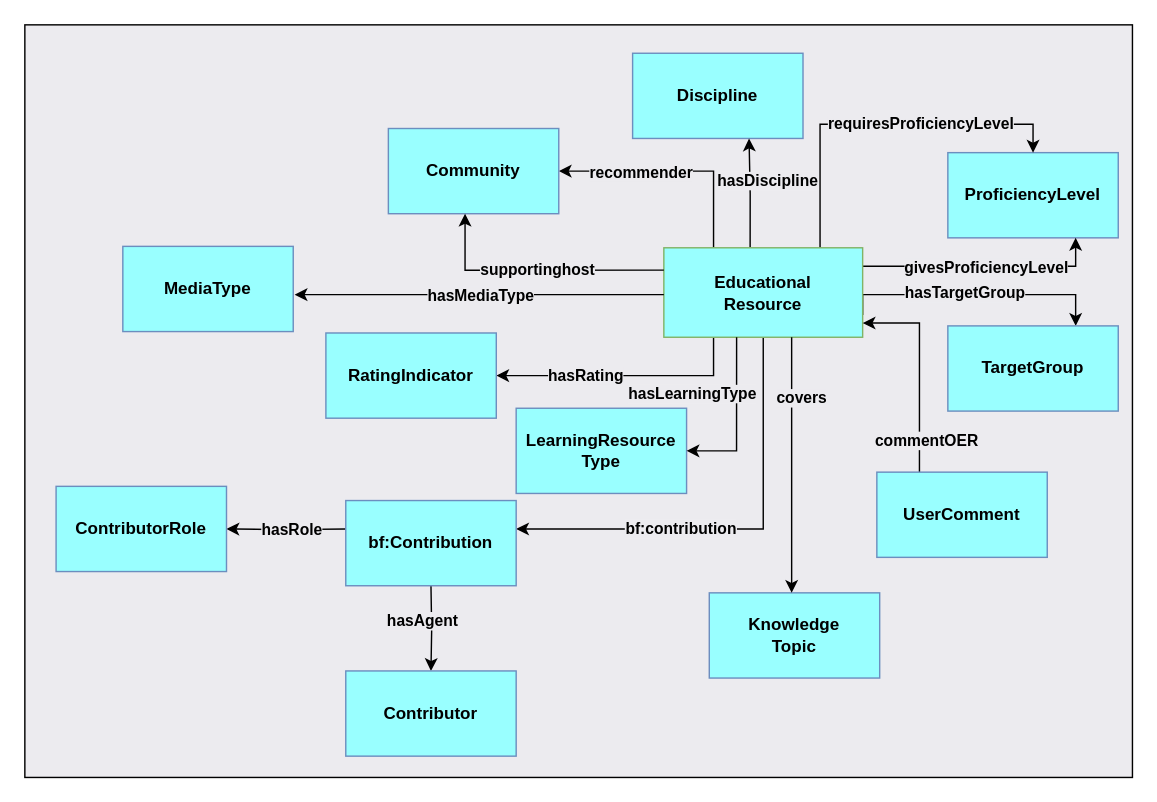
Before: visualisations/EducationalResourcePattern_CD.drawio in data-literacy-alliance/dalia-ontology, a draw.io diagram. Source tidied: cells renumbered, new cells numbered last; positions are measured from the earlier drawing's top-left corner, leaving out a move shared by most shapes. Both pictures are drawn from the tidied source at 142%, with x=0, y=0 at pixel (24, 24).
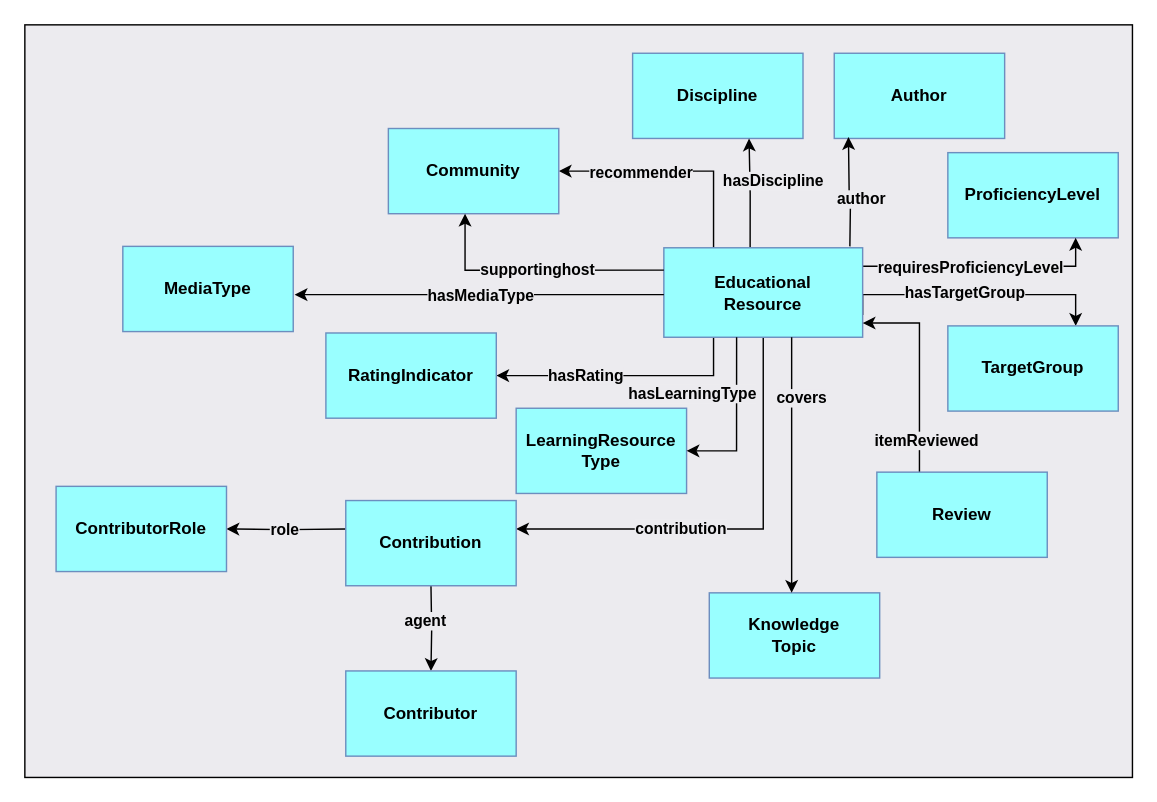
The same page after the edit.

The change refers to these unchanged cells:
```xml
<mxCell id="4" value="ProficiencyLevel" style="rounded=0;whiteSpace=wrap;html=1;fillColor=#99FFFF;strokeColor=#6c8ebf;fillStyle=auto;fontStyle=1;" parent="1" vertex="1">
  <mxGeometry x="650" y="90" width="120" height="60" as="geometry" />
</mxCell>
<mxCell id="37" style="edgeStyle=orthogonalEdgeStyle;rounded=0;jettySize=auto;html=1;exitX=0.25;exitY=0;exitDx=0;exitDy=0;" parent="1" edge="1" source="39">
  <mxGeometry relative="1" as="geometry">
    <mxPoint x="590" y="210" as="targetPoint" />
    <Array as="points">
      <mxPoint x="630" y="210" />
      <mxPoint x="590" y="210" />
    </Array>
  </mxGeometry>
</mxCell>
```

The edit, as a diff of the source:
```diff
@@
-    <mxCell id="7" style="edgeStyle=orthogonalEdgeStyle;rounded=0;jettySize=auto;html=1;exitX=0.806;exitY=0.01;exitDx=0;exitDy=0;entryX=0.5;entryY=0;entryDx=0;entryDy=0;exitPerimeter=0;" parent="1" edge="1" source="14" target="4">
-      <mxGeometry relative="1" as="geometry">
-        <Array as="points">
-          <mxPoint x="561" y="158" />
-          <mxPoint x="560" y="157" />
-          <mxPoint x="560" y="70" />
-          <mxPoint x="710" y="70" />
-        </Array>
-      </mxGeometry>
-    </mxCell>
@@
-    <mxCell id="14" value="Educational&lt;br&gt;Resource" style="rounded=0;whiteSpace=wrap;html=1;fillColor=#99FFFF;strokeColor=#82b366;fillStyle=auto;fontStyle=1;" parent="1" vertex="1">
+    <mxCell id="14" value="Educational&lt;br&gt;Resource" style="rounded=0;whiteSpace=wrap;html=1;fillColor=#99FFFF;strokeColor=#6C8EBF;fillStyle=auto;fontStyle=1;" parent="1" vertex="1">
       <mxGeometry x="450" y="157" width="140" height="63" as="geometry" />
     </mxCell>
@@
-    <mxCell id="25" value="requiresProficiencyLevel" style="edgeLabel;html=1;align=center;verticalAlign=middle;fontStyle=1;labelBackgroundColor=#ECEBEF;" parent="1" vertex="1">
-      <mxGeometry x="634" y="73" as="geometry">
-        <mxPoint x="-4" y="-4" as="offset" />
-      </mxGeometry>
-    </mxCell>
@@
     <mxCell id="30" value="&lt;b&gt;hasDiscipline&lt;/b&gt;" style="edgeLabel;html=1;align=center;verticalAlign=middle;labelBackgroundColor=#ECEBEF;" parent="1" vertex="1">
-      <mxGeometry x="537" y="113" as="geometry">
+      <mxGeometry x="541" y="113" as="geometry">
         <mxPoint x="-15" y="-4" as="offset" />
       </mxGeometry>
     </mxCell>
-    <mxCell id="31" value="givesProficiencyLevel" style="edgeLabel;html=1;align=center;verticalAlign=middle;rotation=0;fontStyle=1;labelBackgroundColor=#ECEBEF;" parent="1" vertex="1">
-      <mxGeometry x="678" y="176" as="geometry">
+    <mxCell id="31" value="requiresProficiencyLevel" style="edgeLabel;html=1;align=center;verticalAlign=middle;rotation=0;fontStyle=1;labelBackgroundColor=#ECEBEF;" parent="1" vertex="1">
+      <mxGeometry x="667" y="176" as="geometry">
         <mxPoint x="-2" y="-6" as="offset" />
       </mxGeometry>
     </mxCell>
@@
-    <mxCell id="34" value="&lt;span style=&quot;border-color: var(--border-color);&quot;&gt;hasAgent&lt;/span&gt;" style="edgeLabel;html=1;align=center;verticalAlign=middle;fontStyle=1;labelBackgroundColor=#ECEBEF;" parent="1" vertex="1">
-      <mxGeometry x="286" y="420" as="geometry">
-        <mxPoint x="-7" y="-1" as="offset" />
+    <mxCell id="34" value="&lt;span style=&quot;border-color: var(--border-color);&quot;&gt;agent&lt;/span&gt;" style="edgeLabel;html=1;align=center;verticalAlign=middle;fontStyle=1;labelBackgroundColor=#ECEBEF;" parent="1" vertex="1">
+      <mxGeometry x="293" y="420" as="geometry">
+        <mxPoint x="-12" y="-1" as="offset" />
       </mxGeometry>
     </mxCell>
-    <mxCell id="35" value="&lt;span style=&quot;border-color: var(--border-color);&quot;&gt;hasRole&lt;/span&gt;" style="edgeLabel;html=1;align=center;verticalAlign=middle;rotation=0;fontStyle=1;labelBackgroundColor=#ECEBEF;" parent="1" vertex="1">
-      <mxGeometry x="186" y="352" as="geometry">
-        <mxPoint x="1" y="3" as="offset" />
+    <mxCell id="35" value="&lt;span style=&quot;border-color: var(--border-color);&quot;&gt;role&lt;/span&gt;" style="edgeLabel;html=1;align=center;verticalAlign=middle;rotation=0;fontStyle=1;labelBackgroundColor=#ECEBEF;" parent="1" vertex="1">
+      <mxGeometry x="186" y="354" as="geometry">
+        <mxPoint x="-4" y="1" as="offset" />
       </mxGeometry>
     </mxCell>
-    <mxCell id="36" value="&lt;span style=&quot;border-color: var(--border-color);&quot;&gt;bf:contribution&lt;/span&gt;" style="edgeLabel;html=1;align=center;verticalAlign=middle;fontStyle=1;labelBackgroundColor=#ECEBEF;" parent="1" vertex="1">
+    <mxCell id="36" value="&lt;span style=&quot;border-color: var(--border-color);&quot;&gt;contribution&lt;/span&gt;" style="edgeLabel;html=1;align=center;verticalAlign=middle;fontStyle=1;labelBackgroundColor=#ECEBEF;" parent="1" vertex="1">
       <mxGeometry x="316" y="435" as="geometry">
         <mxPoint x="145" y="-81" as="offset" />
       </mxGeometry>
     </mxCell>
@@
-    <mxCell id="38" value="commentOER" style="edgeLabel;html=1;align=center;verticalAlign=middle;fontStyle=1;labelBackgroundColor=#ECEBEF;" parent="37" vertex="1">
+    <mxCell id="38" value="itemReviewed" style="edgeLabel;html=1;align=center;verticalAlign=middle;fontStyle=1;labelBackgroundColor=#ECEBEF;" parent="37" vertex="1">
       <mxGeometry x="-0.68" y="-4" relative="1" as="geometry" />
     </mxCell>
-    <mxCell id="39" value="UserComment" style="rounded=0;whiteSpace=wrap;html=1;fillColor=#99FFFF;strokeColor=#6c8ebf;fillStyle=auto;fontStyle=1;" parent="1" vertex="1">
+    <mxCell id="39" value="Review" style="rounded=0;whiteSpace=wrap;html=1;fillColor=#99FFFF;strokeColor=#6c8ebf;fillStyle=auto;fontStyle=1;" parent="1" vertex="1">
       <mxGeometry x="600" y="315" width="120" height="60" as="geometry" />
     </mxCell>
-    <mxCell id="40" value="bf:Contribution" style="rounded=0;whiteSpace=wrap;html=1;fillColor=#99FFFF;strokeColor=#6c8ebf;fillStyle=auto;fontStyle=1;" parent="1" vertex="1">
+    <mxCell id="40" value="Contribution" style="rounded=0;whiteSpace=wrap;html=1;fillColor=#99FFFF;strokeColor=#6c8ebf;fillStyle=auto;fontStyle=1;" parent="1" vertex="1">
       <mxGeometry x="226" y="335" width="120" height="60" as="geometry" />
     </mxCell>
@@
+    <mxCell id="44" value="Author" style="rounded=0;whiteSpace=wrap;html=1;fillColor=#99FFFF;strokeColor=#6c8ebf;fillStyle=auto;fontStyle=1;" parent="1" vertex="1">
+      <mxGeometry x="570" y="20" width="120" height="60" as="geometry" />
+    </mxCell>
+    <mxCell id="45" style="edgeStyle=orthogonalEdgeStyle;rounded=0;orthogonalLoop=1;jettySize=auto;html=1;exitX=0.434;exitY=-0.003;exitDx=0;exitDy=0;exitPerimeter=0;" parent="1" edge="1">
+      <mxGeometry relative="1" as="geometry">
+        <mxPoint x="581" y="156" as="sourcePoint" />
+        <mxPoint x="580" y="79" as="targetPoint" />
+      </mxGeometry>
+    </mxCell>
+    <mxCell id="46" value="author" style="edgeLabel;html=1;align=center;verticalAlign=middle;labelBackgroundColor=#ECEBEF;fontStyle=1;" parent="45" vertex="1">
+      <mxGeometry x="-0.18" relative="1" as="geometry">
+        <mxPoint x="7" y="-2" as="offset" />
+      </mxGeometry>
+    </mxCell>
```
